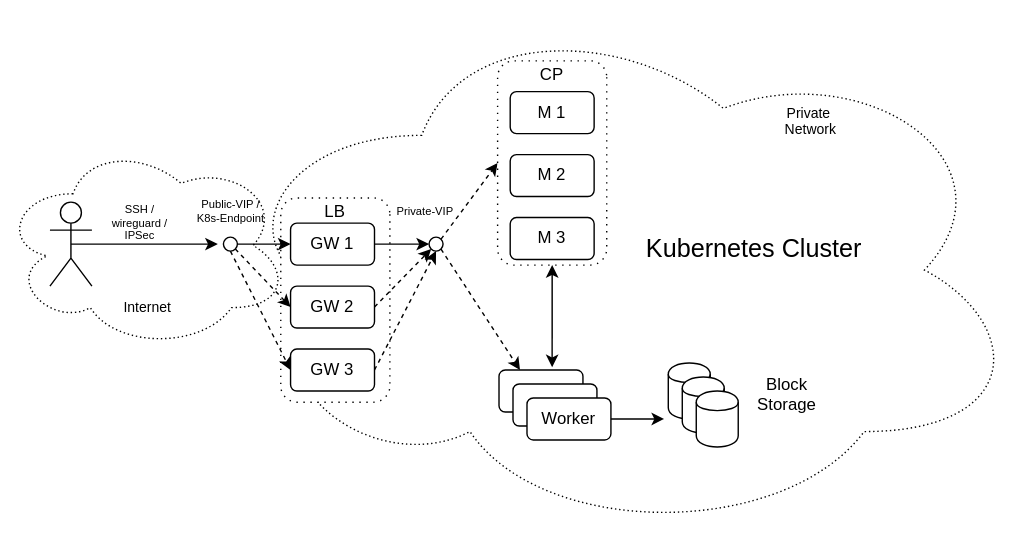
alasca-association/tarook keeps this draw.io diagram as docs/img/cluster-user-interaction.svg. Above is the earlier version. Source tidied: cells renumbered, new cells last; positions are measured from the earlier drawing's top-left corner, leaving out a move shared by most shapes.
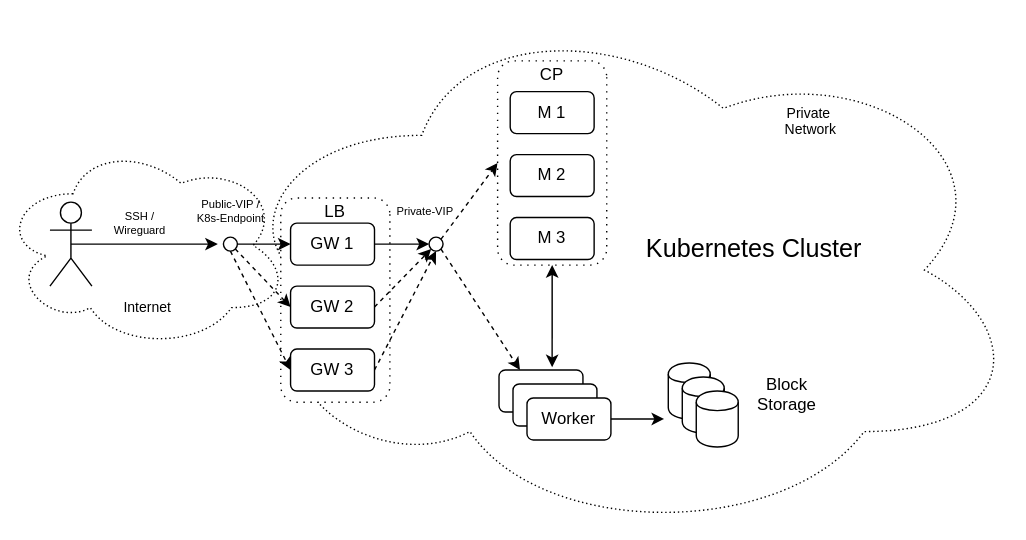
The same diagram one commit later.

Diff of the diagram source:
```diff
@@ -144,7 +144,7 @@
     <mxCell id="47" style="shape=umlActor;verticalLabelPosition=bottom;labelBackgroundColor=#ffffff;verticalAlign=top;html=1;outlineConnect=0;" parent="44" vertex="1">
       <mxGeometry y="3" width="30" height="60" as="geometry" />
     </mxCell>
-    <mxCell id="48" value="&lt;div style=&quot;font-size: 8px&quot;&gt;SSH / wireguard&amp;nbsp;&lt;span&gt;/ IPSec&lt;/span&gt;&lt;/div&gt;" style="text;html=1;strokeColor=none;fillColor=none;align=center;verticalAlign=middle;whiteSpace=wrap;rounded=0;fontSize=8;" parent="44" vertex="1">
+    <mxCell id="48" value="&lt;div style=&quot;font-size: 8px&quot;&gt;SSH / Wireguard&lt;/div&gt;" style="text;html=1;strokeColor=none;fillColor=none;align=center;verticalAlign=middle;whiteSpace=wrap;rounded=0;fontSize=8;" parent="44" vertex="1">
       <mxGeometry x="39" y="8" width="51" height="20" as="geometry" />
     </mxCell>
     <mxCell id="49" value="Public-VIP / K8s-Endpoint" style="text;html=1;strokeColor=none;fillColor=none;align=center;verticalAlign=middle;whiteSpace=wrap;rounded=0;dashed=1;dashPattern=1 4;fontSize=8;" parent="44" vertex="1">
```
